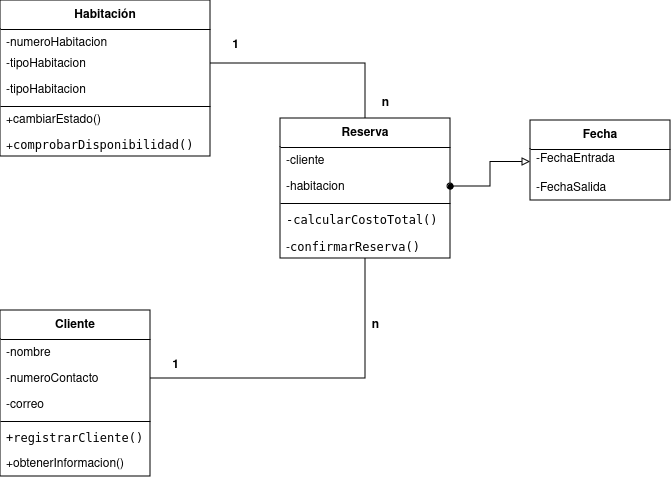
Before: HabitacionHotel.png, a diagram exported from draw.io (gian700/diagrama-de-clases). Source tidied: cells renumbered, new cells last; positions are measured from the earlier drawing's top-left corner, leaving out a move shared by most shapes.
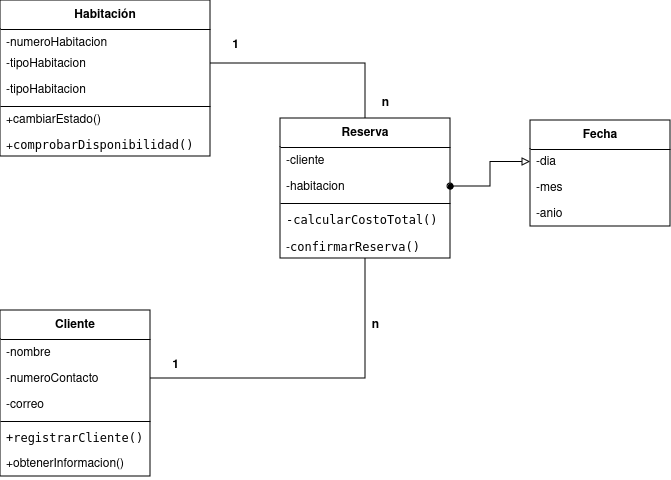
After the change.

What changed in the source:
```diff
@@ -81,14 +81,17 @@
       <mxGeometry x="370" y="88" width="30" height="30" as="geometry" />
     </mxCell>
     <mxCell id="28" value="Fecha" style="swimlane;fontStyle=1;align=center;verticalAlign=middle;horizontal=1;startSize=29;html=1;whiteSpace=wrap;" parent="1" vertex="1">
-      <mxGeometry x="530" y="120" width="140" height="80" as="geometry" />
+      <mxGeometry x="530" y="120" width="140" height="106" as="geometry" />
     </mxCell>
-    <mxCell id="29" value="&lt;div align=&quot;left&quot;&gt;-FechaEntrada&lt;/div&gt;&lt;div&gt;&lt;br&gt;&lt;/div&gt;" style="text;html=1;strokeColor=none;fillColor=none;align=left;verticalAlign=middle;spacingLeft=4;spacingRight=4;overflow=hidden;points=[[0,0.5],[1,0.5]];portConstraint=eastwest;whiteSpace=wrap;" parent="28" vertex="1">
+    <mxCell id="29" value="-dia" style="text;html=1;strokeColor=none;fillColor=none;align=left;verticalAlign=middle;spacingLeft=4;spacingRight=4;overflow=hidden;points=[[0,0.5],[1,0.5]];portConstraint=eastwest;whiteSpace=wrap;" parent="28" vertex="1">
       <mxGeometry y="29" width="140" height="25" as="geometry" />
     </mxCell>
-    <mxCell id="30" value="-FechaSalida" style="text;strokeColor=none;fillColor=none;align=left;verticalAlign=top;spacingLeft=4;spacingRight=4;overflow=hidden;whiteSpace=wrap;html=1;" parent="28" vertex="1">
+    <mxCell id="30" value="-mes" style="text;strokeColor=none;fillColor=none;align=left;verticalAlign=top;spacingLeft=4;spacingRight=4;overflow=hidden;whiteSpace=wrap;html=1;" parent="28" vertex="1">
       <mxGeometry y="54" width="140" height="26" as="geometry" />
     </mxCell>
+    <mxCell id="32" value="-anio" style="text;strokeColor=none;fillColor=none;align=left;verticalAlign=top;spacingLeft=4;spacingRight=4;overflow=hidden;whiteSpace=wrap;html=1;" parent="28" vertex="1">
+      <mxGeometry y="80" width="140" height="26" as="geometry" />
+    </mxCell>
     <mxCell id="31" style="edgeStyle=orthogonalEdgeStyle;rounded=0;jettySize=auto;html=1;entryX=0;entryY=0.5;entryDx=0;entryDy=0;endArrow=block;endFill=0;startArrow=oval;startFill=1;" parent="1" edge="1" source="18" target="29">
       <mxGeometry relative="1" as="geometry" />
     </mxCell>
```
